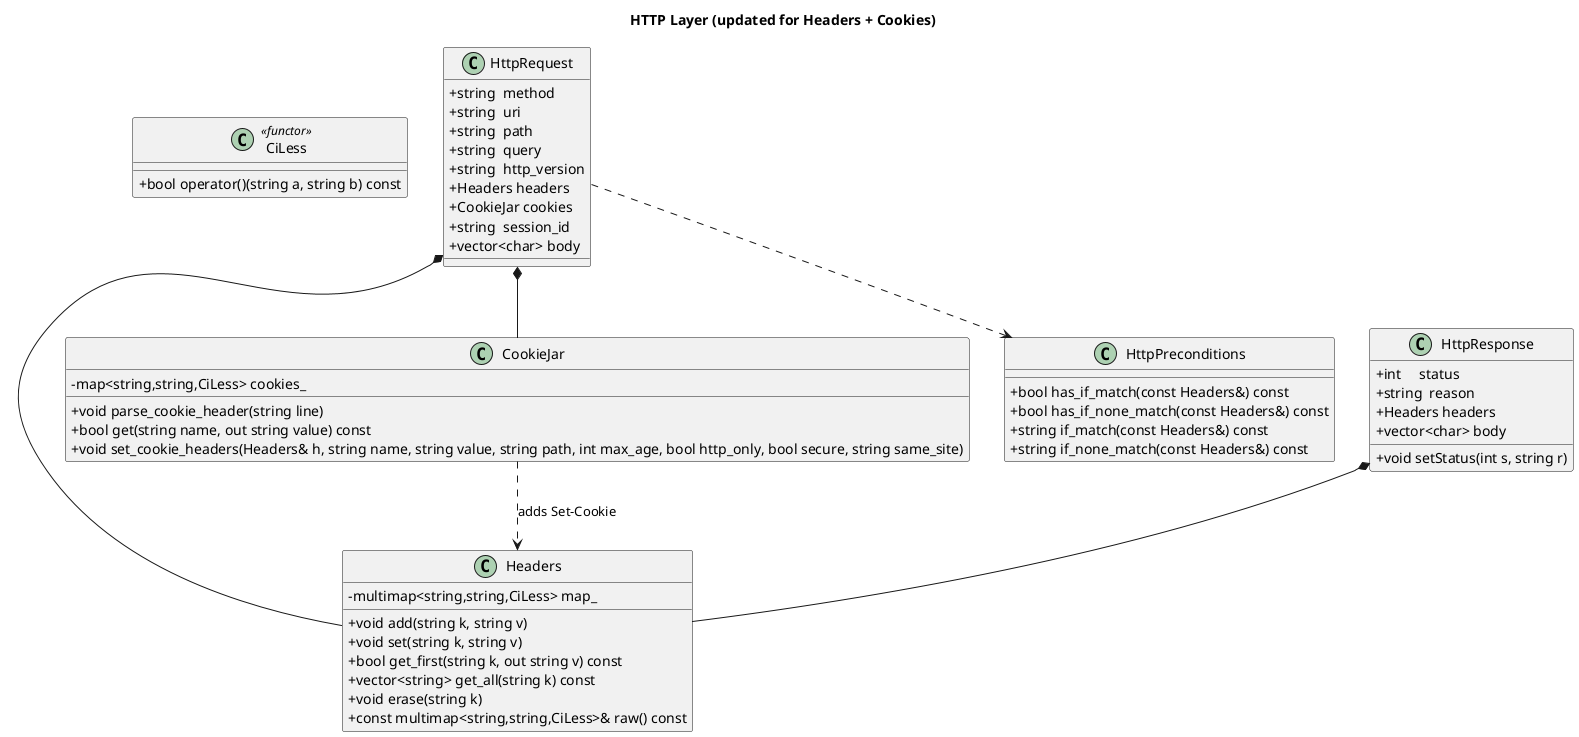
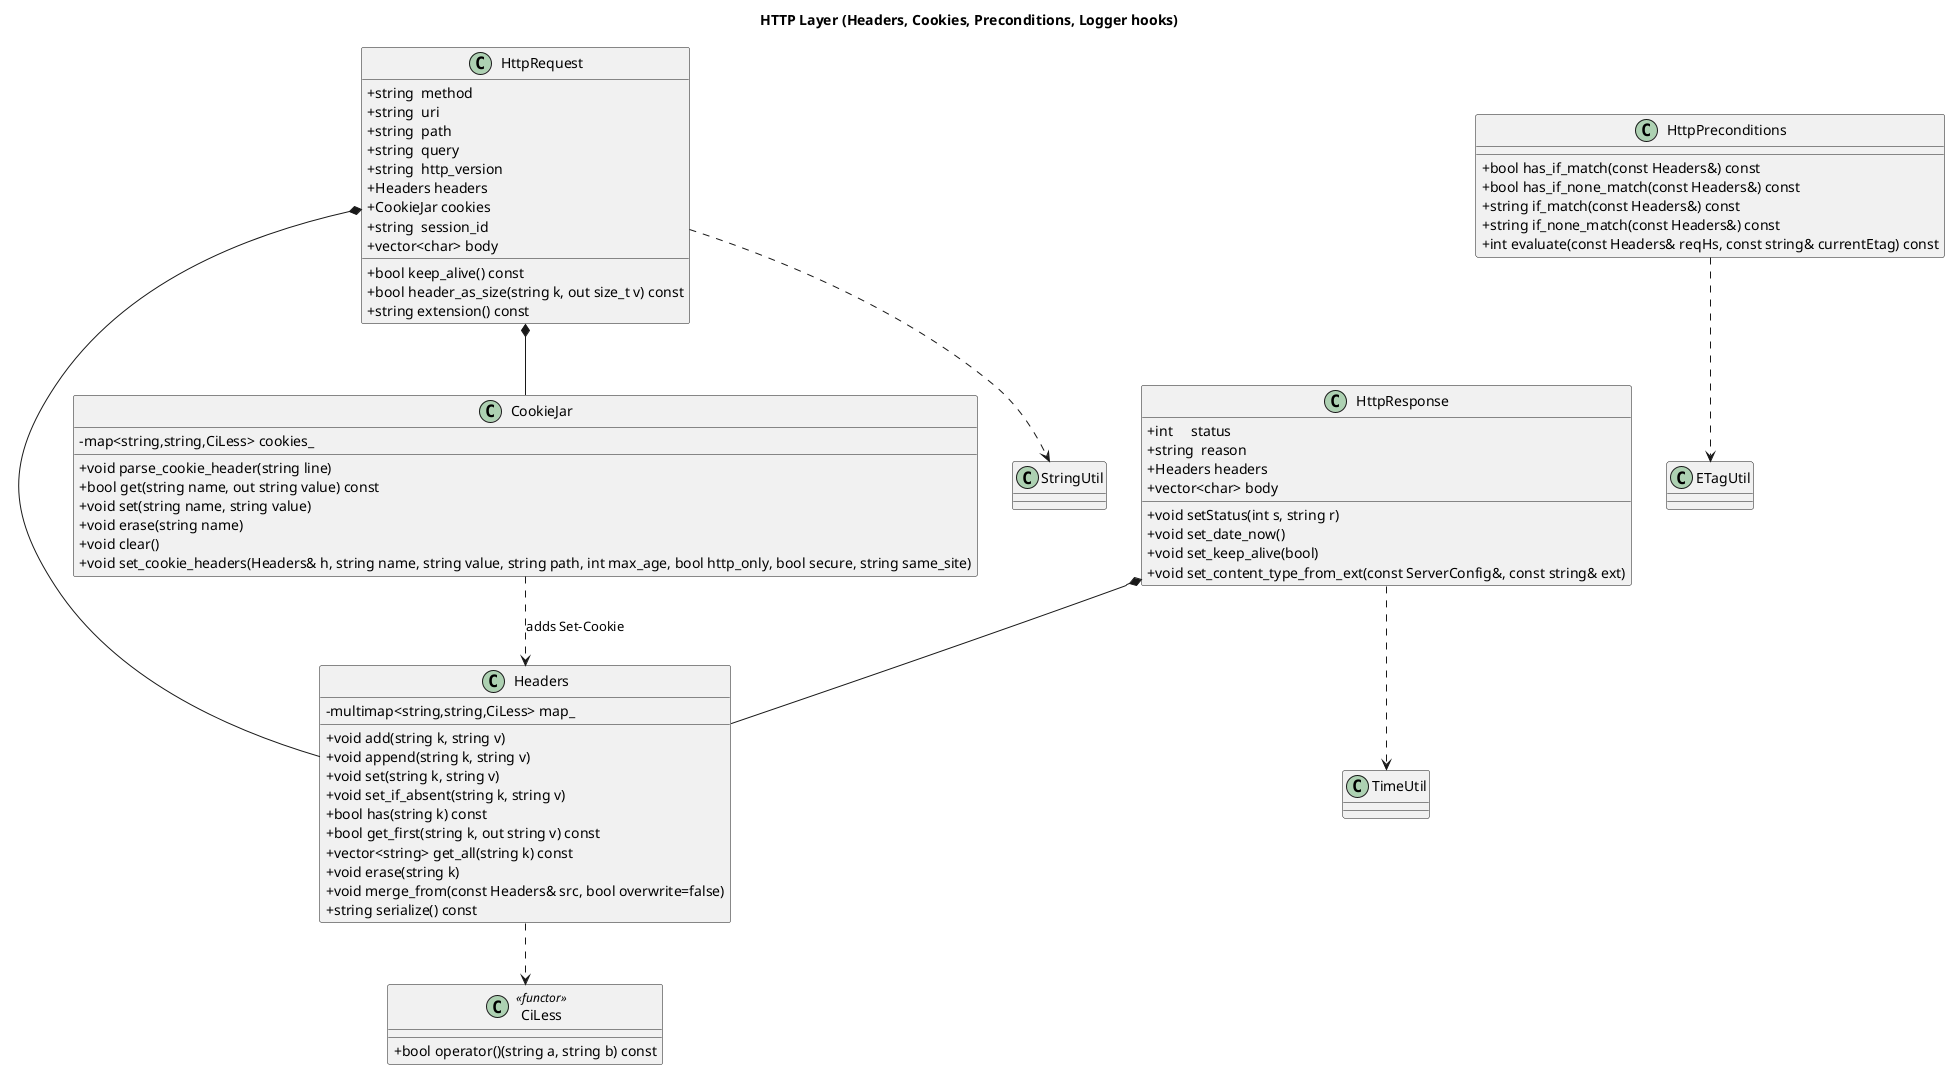
@startuml
skinparam packageStyle rectangle
skinparam classAttributeIconSize 0
- title HTTP Layer (updated for Headers + Cookies)
+ title HTTP Layer (Headers, Cookies, Preconditions, Logger hooks)

class CiLess <<functor>> {
  +bool operator()(string a, string b) const
}

class Headers {
  -multimap<string,string,CiLess> map_
  +void add(string k, string v)
+   +void append(string k, string v)
  +void set(string k, string v)
+   +void set_if_absent(string k, string v)
+   +bool has(string k) const
  +bool get_first(string k, out string v) const
  +vector<string> get_all(string k) const
  +void erase(string k)
-   +const multimap<string,string,CiLess>& raw() const
+   +void merge_from(const Headers& src, bool overwrite=false)
+   +string serialize() const
}

class CookieJar {
  -map<string,string,CiLess> cookies_
  +void parse_cookie_header(string line)
  +bool get(string name, out string value) const
+   +void set(string name, string value)
+   +void erase(string name)
+   +void clear()
  +void set_cookie_headers(Headers& h, string name, string value, string path, int max_age, bool http_only, bool secure, string same_site)
}

class HttpRequest {
  +string  method
  +string  uri
  +string  path
  +string  query
  +string  http_version
  +Headers headers
  +CookieJar cookies
  +string  session_id
  +vector<char> body
+   +bool keep_alive() const
+   +bool header_as_size(string k, out size_t v) const
+   +string extension() const
}

class HttpResponse {
  +int     status
  +string  reason
  +Headers headers
  +vector<char> body
  +void setStatus(int s, string r)
+   +void set_date_now()
+   +void set_keep_alive(bool)
+   +void set_content_type_from_ext(const ServerConfig&, const string& ext)
}

class HttpPreconditions {
  +bool has_if_match(const Headers&) const
  +bool has_if_none_match(const Headers&) const
  +string if_match(const Headers&) const
  +string if_none_match(const Headers&) const
+   +int evaluate(const Headers& reqHs, const string& currentEtag) const
}

+ ' Util references
+ class StringUtil
+ class TimeUtil
+ class ETagUtil

HttpRequest *-- Headers
HttpRequest *-- CookieJar
HttpResponse *-- Headers
- HttpRequest ..> HttpPreconditions
- CookieJar ..> Headers : "adds Set-Cookie"
+ CookieJar ..> Headers : adds Set-Cookie
+ Headers ..> CiLess
+ HttpPreconditions ..> ETagUtil
+ HttpRequest ..> StringUtil
+ HttpResponse ..> TimeUtil
@enduml
